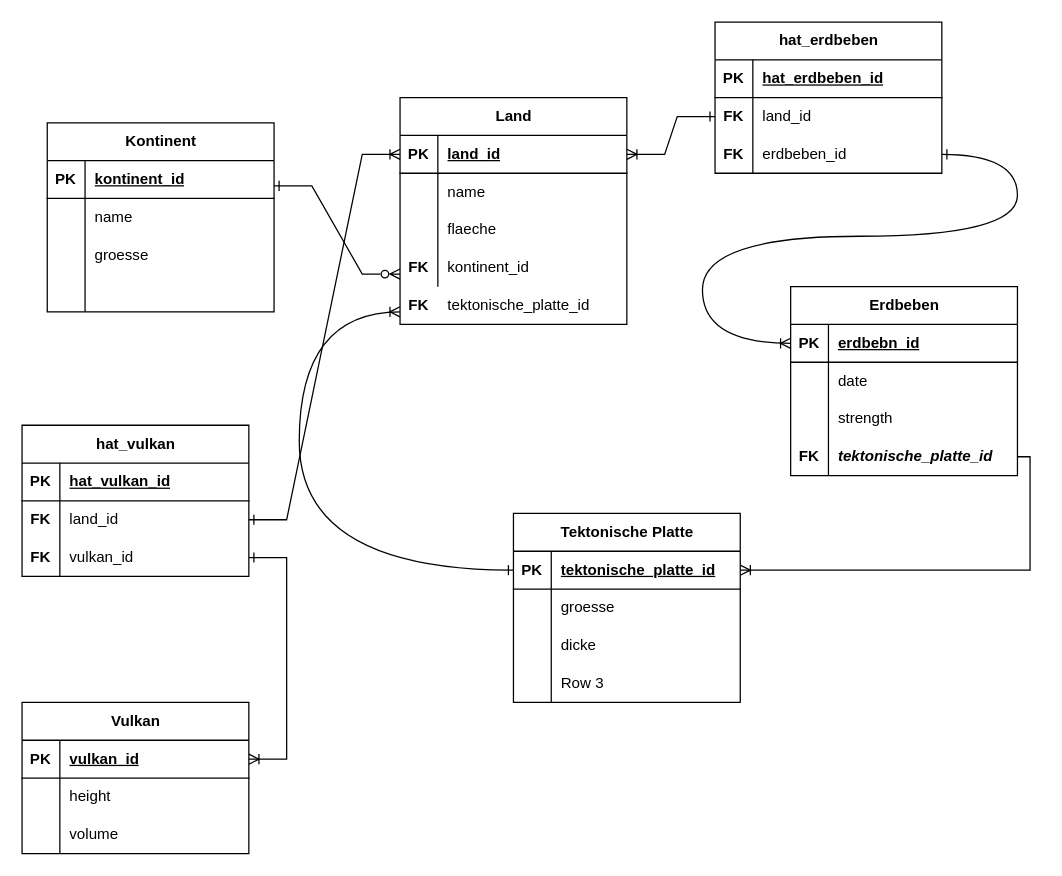
Above: page "Page-2" (2 of 2) of erd-vulkane.drawio in ThronKatze0/shock-clock (draw.io), before the change. Source tidied: cells renumbered, new cells numbered last; positions are measured from the earlier drawing's top-left corner, leaving out a move shared by most shapes. Both pictures are drawn from the tidied source at 126%, with x=0, y=0 at pixel (21, 21).
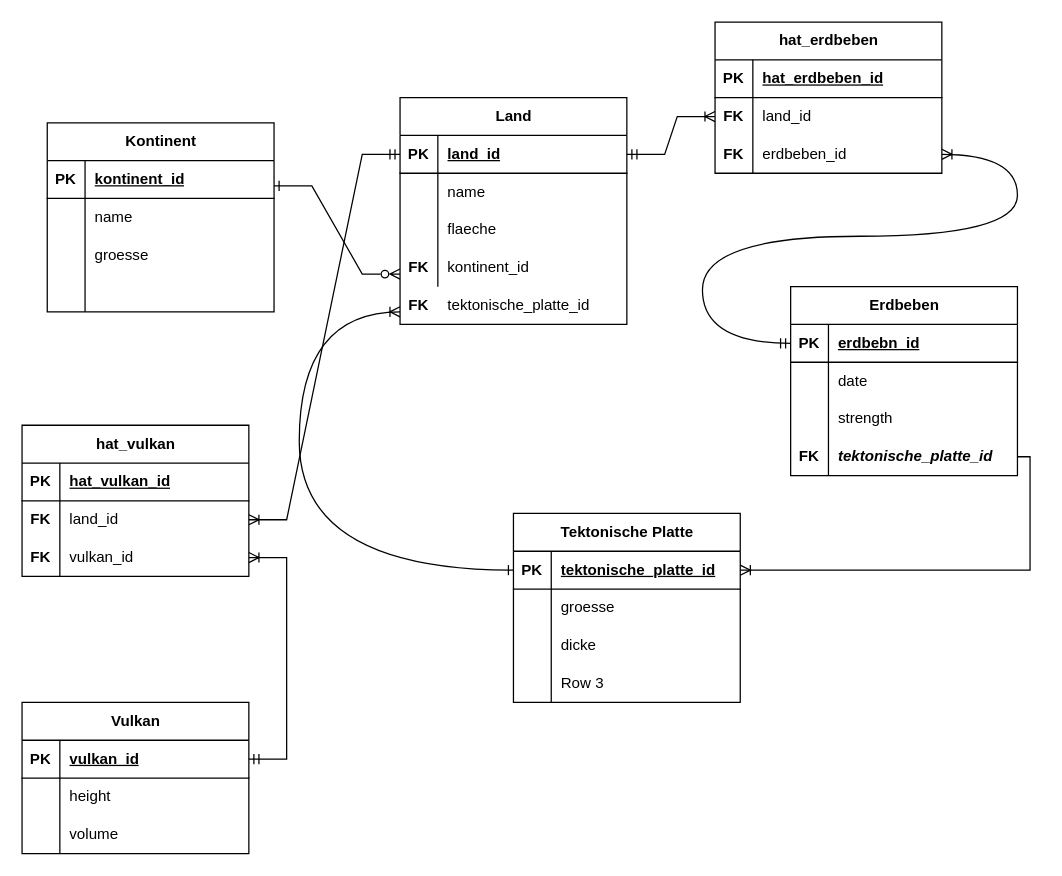
The same diagram, later.

The change refers to these unchanged cells:
```xml
<mxCell id="16" style="shape=tableRow;horizontal=0;startSize=0;swimlaneHead=0;swimlaneBody=0;fillColor=none;points=[[0,0.5],[1,0.5]];portConstraint=eastwest;top=0;left=0;right=0;bottom=1;" parent="15" vertex="1">
  <mxGeometry y="30" width="180" height="30" as="geometry" />
</mxCell>
<mxCell id="45" style="shape=tableRow;horizontal=0;startSize=0;swimlaneHead=0;swimlaneBody=0;fillColor=none;points=[[0,0.5],[1,0.5]];portConstraint=eastwest;top=0;left=0;right=0;bottom=1;" parent="44" vertex="1">
  <mxGeometry y="30" width="180" height="30" as="geometry" />
</mxCell>
<mxCell id="63" style="shape=tableRow;horizontal=0;startSize=0;swimlaneHead=0;swimlaneBody=0;fillColor=none;points=[[0,0.5],[1,0.5]];portConstraint=eastwest;top=0;left=0;right=0;bottom=0;" parent="59" vertex="1">
  <mxGeometry y="60" width="180" height="30" as="geometry" />
</mxCell>
<mxCell id="66" style="shape=tableRow;horizontal=0;startSize=0;swimlaneHead=0;swimlaneBody=0;fillColor=none;points=[[0,0.5],[1,0.5]];portConstraint=eastwest;top=0;left=0;right=0;bottom=0;" parent="59" vertex="1">
  <mxGeometry y="90" width="180" height="30" as="geometry" />
</mxCell>
<mxCell id="73" style="shape=tableRow;horizontal=0;startSize=0;swimlaneHead=0;swimlaneBody=0;fillColor=none;points=[[0,0.5],[1,0.5]];portConstraint=eastwest;top=0;left=0;right=0;bottom=1;" parent="72" vertex="1">
  <mxGeometry y="30" width="180" height="30" as="geometry" />
</mxCell>
<mxCell id="88" style="shape=tableRow;horizontal=0;startSize=0;swimlaneHead=0;swimlaneBody=0;fillColor=none;points=[[0,0.5],[1,0.5]];portConstraint=eastwest;top=0;left=0;right=0;bottom=0;" parent="84" vertex="1">
  <mxGeometry y="60" width="180" height="30" as="geometry" />
</mxCell>
<mxCell id="91" style="shape=tableRow;horizontal=0;startSize=0;swimlaneHead=0;swimlaneBody=0;fillColor=none;points=[[0,0.5],[1,0.5]];portConstraint=eastwest;top=0;left=0;right=0;bottom=0;" parent="84" vertex="1">
  <mxGeometry y="90" width="180" height="30" as="geometry" />
</mxCell>
```

Change to the diagram source:
```diff
@@
-    <mxCell id="69" style="edgeStyle=entityRelationEdgeStyle;fontSize=12;html=1;endArrow=ERoneToMany;endFill=0;rounded=0;exitX=0;exitY=0.5;exitDx=0;exitDy=0;startArrow=ERone;startFill=0;entryX=1;entryY=0.5;entryDx=0;entryDy=0;" parent="1" edge="1" source="63" target="16">
+    <mxCell id="69" style="edgeStyle=entityRelationEdgeStyle;fontSize=12;html=1;endArrow=ERmandOne;endFill=0;rounded=0;exitX=0;exitY=0.5;exitDx=0;exitDy=0;startArrow=ERoneToMany;startFill=0;entryX=1;entryY=0.5;entryDx=0;entryDy=0;" parent="1" edge="1" source="63" target="16">
       <mxGeometry relative="1" as="geometry">
         <Array as="points">
           <mxPoint x="520" y="225" />
         </Array>
       </mxGeometry>
     </mxCell>
@@
-    <mxCell id="71" style="edgeStyle=orthogonalEdgeStyle;fontSize=12;html=1;endArrow=ERoneToMany;endFill=0;rounded=0;exitX=1;exitY=0.5;exitDx=0;exitDy=0;startArrow=ERone;startFill=0;entryX=0;entryY=0.5;entryDx=0;entryDy=0;curved=1;" parent="1" edge="1" source="66" target="45">
+    <mxCell id="71" style="edgeStyle=orthogonalEdgeStyle;fontSize=12;html=1;endArrow=ERmandOne;endFill=0;rounded=0;exitX=1;exitY=0.5;exitDx=0;exitDy=0;startArrow=ERoneToMany;startFill=0;entryX=0;entryY=0.5;entryDx=0;entryDy=0;curved=1;" parent="1" edge="1" source="66" target="45">
       <mxGeometry relative="1" as="geometry">
         <Array as="points">
           <mxPoint x="790" y="105" />
           <mxPoint x="790" y="170" />
           <mxPoint x="540" y="170" />
           <mxPoint x="540" y="255" />
         </Array>
       </mxGeometry>
     </mxCell>
@@
-    <mxCell id="96" style="edgeStyle=entityRelationEdgeStyle;fontSize=12;html=1;endArrow=ERone;startArrow=ERoneToMany;rounded=0;startFill=0;endFill=0;exitX=1;exitY=0.5;exitDx=0;exitDy=0;entryX=1;entryY=0.5;entryDx=0;entryDy=0;" parent="1" edge="1" source="73" target="91">
+    <mxCell id="96" style="edgeStyle=entityRelationEdgeStyle;fontSize=12;html=1;endArrow=ERoneToMany;startArrow=ERmandOne;rounded=0;startFill=0;endFill=0;exitX=1;exitY=0.5;exitDx=0;exitDy=0;entryX=1;entryY=0.5;entryDx=0;entryDy=0;" parent="1" edge="1" source="73" target="91">
       <mxGeometry relative="1" as="geometry">
         <Array as="points">
           <mxPoint x="240" y="310" />
           <mxPoint x="220" y="350" />
         </Array>
       </mxGeometry>
     </mxCell>
-    <mxCell id="97" style="edgeStyle=entityRelationEdgeStyle;fontSize=12;html=1;endArrow=ERone;startArrow=ERoneToMany;rounded=0;startFill=0;endFill=0;entryX=1;entryY=0.5;entryDx=0;entryDy=0;exitX=0;exitY=0.5;exitDx=0;exitDy=0;" parent="1" edge="1" source="16" target="88">
+    <mxCell id="97" style="edgeStyle=entityRelationEdgeStyle;fontSize=12;html=1;endArrow=ERoneToMany;startArrow=ERmandOne;rounded=0;startFill=0;endFill=0;entryX=1;entryY=0.5;entryDx=0;entryDy=0;exitX=0;exitY=0.5;exitDx=0;exitDy=0;" parent="1" edge="1" source="16" target="88">
       <mxGeometry relative="1" as="geometry">
         <Array as="points">
           <mxPoint x="250" y="320" />
           <mxPoint x="230" y="360" />
         </Array>
       </mxGeometry>
     </mxCell>
```
